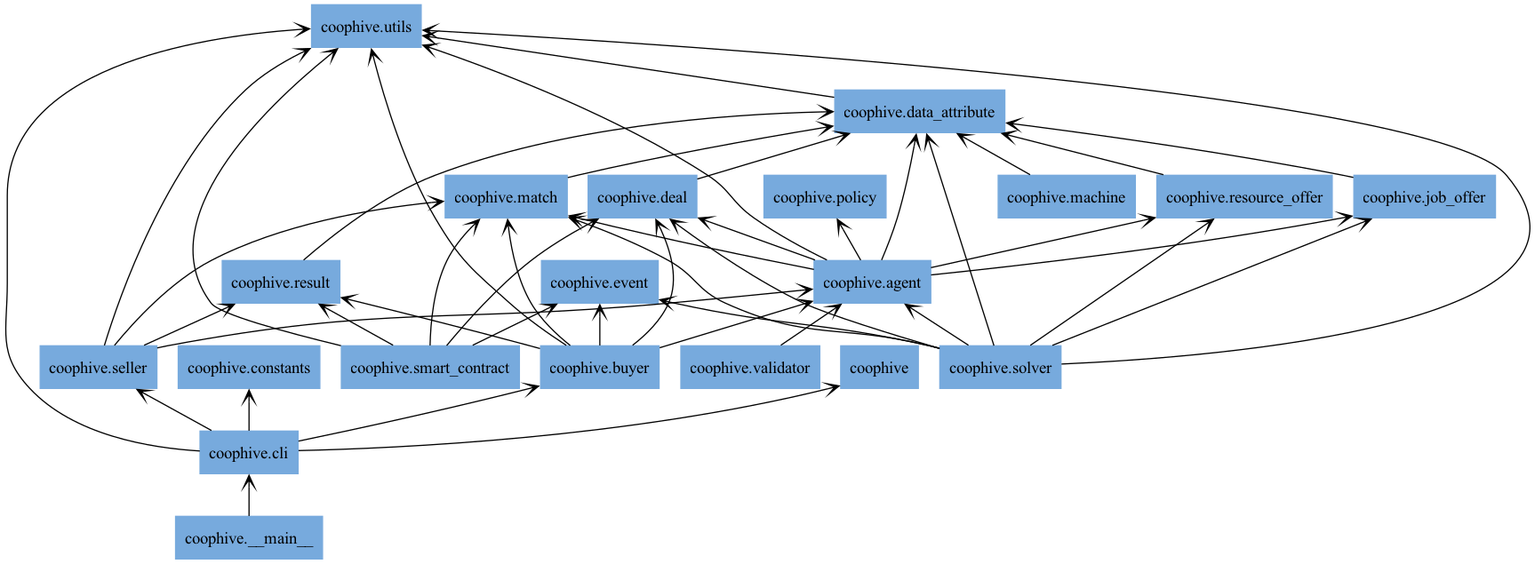
Earlier version of the Graphviz export docs/img/packages_coophive.png (CoopHive/Apiary). Its source is kept beside it as docs/img/packages_coophive.dot.
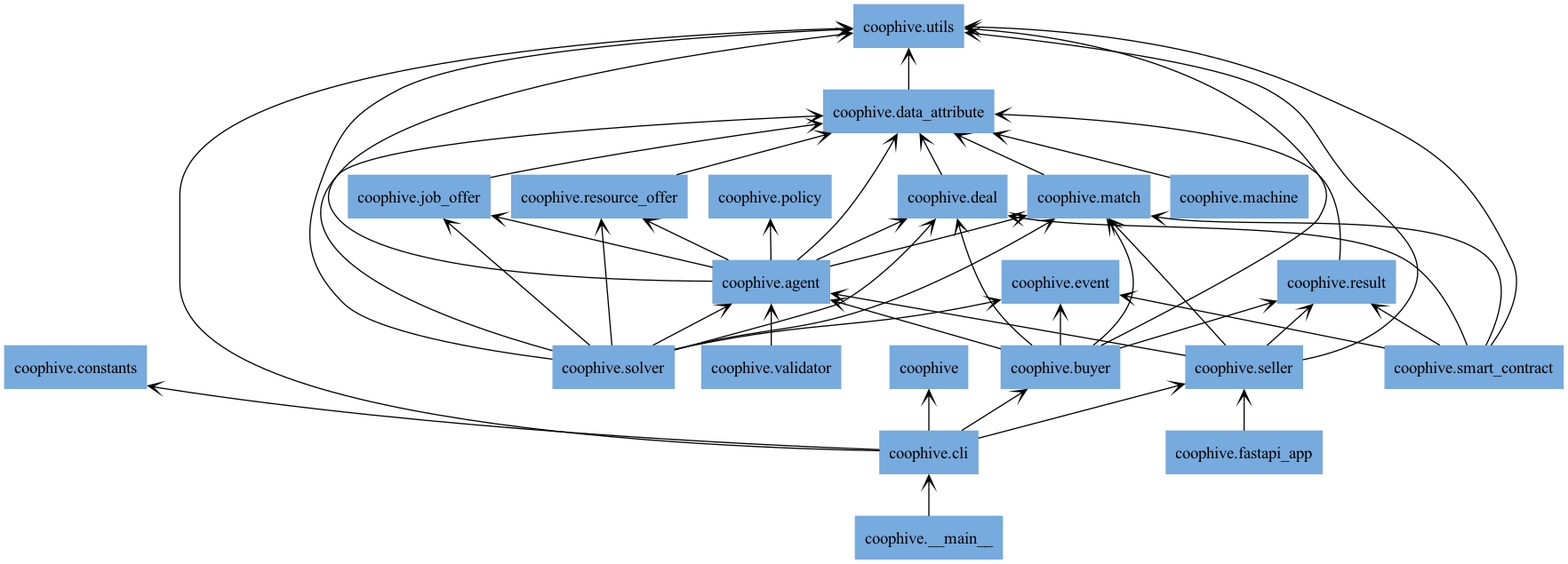
After the commit.

The edit, as a diff of the source:
```diff
@@ -10,6 +10,7 @@
 "coophive.data_attribute" [color="#77AADD", label=<coophive.data_attribute>, shape="box", style="filled"];
 "coophive.deal" [color="#77AADD", label=<coophive.deal>, shape="box", style="filled"];
 "coophive.event" [color="#77AADD", label=<coophive.event>, shape="box", style="filled"];
+"coophive.fastapi_app" [color="#77AADD", label=<coophive.fastapi_app>, shape="box", style="filled"];
 "coophive.job_offer" [color="#77AADD", label=<coophive.job_offer>, shape="box", style="filled"];
 "coophive.machine" [color="#77AADD", label=<coophive.machine>, shape="box", style="filled"];
 "coophive.match" [color="#77AADD", label=<coophive.match>, shape="box", style="filled"];
@@ -42,6 +43,7 @@
 "coophive.cli" -> "coophive.utils" [arrowhead="open", arrowtail="none"];
 "coophive.data_attribute" -> "coophive.utils" [arrowhead="open", arrowtail="none"];
 "coophive.deal" -> "coophive.data_attribute" [arrowhead="open", arrowtail="none"];
+"coophive.fastapi_app" -> "coophive.seller" [arrowhead="open", arrowtail="none"];
 "coophive.job_offer" -> "coophive.data_attribute" [arrowhead="open", arrowtail="none"];
 "coophive.machine" -> "coophive.data_attribute" [arrowhead="open", arrowtail="none"];
 "coophive.match" -> "coophive.data_attribute" [arrowhead="open", arrowtail="none"];
```
